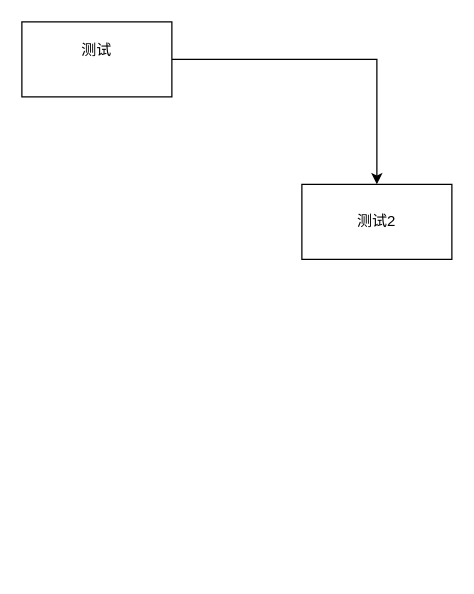
This is 未命名绘图.drawio from FrontierSetter/my_drawio, a draw.io file, before an edit. Source tidied: cells renumbered, new cells numbered last; positions are measured from the earlier drawing's top-left corner, leaving out a move shared by most shapes. Both pictures are drawn from the tidied source at 125%, with x=0, y=0 at pixel (21, 21).
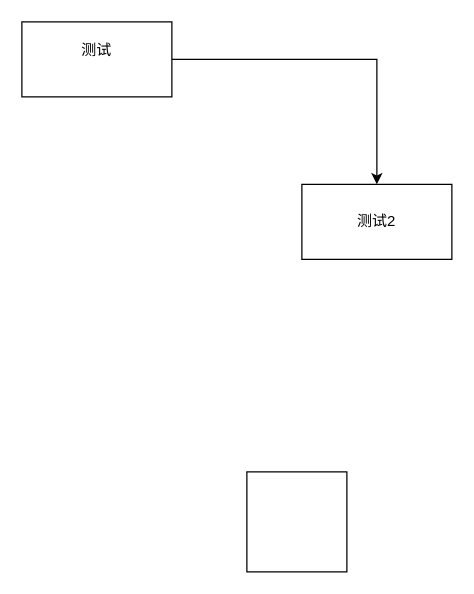
Above is the later version.

Commit message:
已添加 未命名绘图.drawio

The edit, as a diff of the source:
```diff
@@
 <mxGraphModel>
   <root>
     <mxCell id="0" />
     <mxCell id="1" parent="0" />
     <mxCell id="2" style="edgeStyle=orthogonalEdgeStyle;rounded=0;jettySize=auto;html=1;entryX=0.5;entryY=0;entryDx=0;entryDy=0;" parent="1" edge="1" source="3" target="4">
       <mxGeometry relative="1" as="geometry" />
     </mxCell>
     <mxCell id="3" value="测试&lt;div&gt;&lt;br&gt;&lt;/div&gt;" style="rounded=0;whiteSpace=wrap;html=1;" parent="1" vertex="1">
       <mxGeometry width="120" height="60" as="geometry" />
     </mxCell>
     <mxCell id="4" value="测试2" style="rounded=0;whiteSpace=wrap;html=1;" parent="1" vertex="1">
       <mxGeometry x="224" y="130" width="120" height="60" as="geometry" />
     </mxCell>
+    <mxCell id="5" style="whiteSpace=wrap;html=1;" parent="1" vertex="1">
+      <mxGeometry x="180" y="360" width="80" height="80" as="geometry" />
+    </mxCell>
   </root>
 </mxGraphModel>
```
